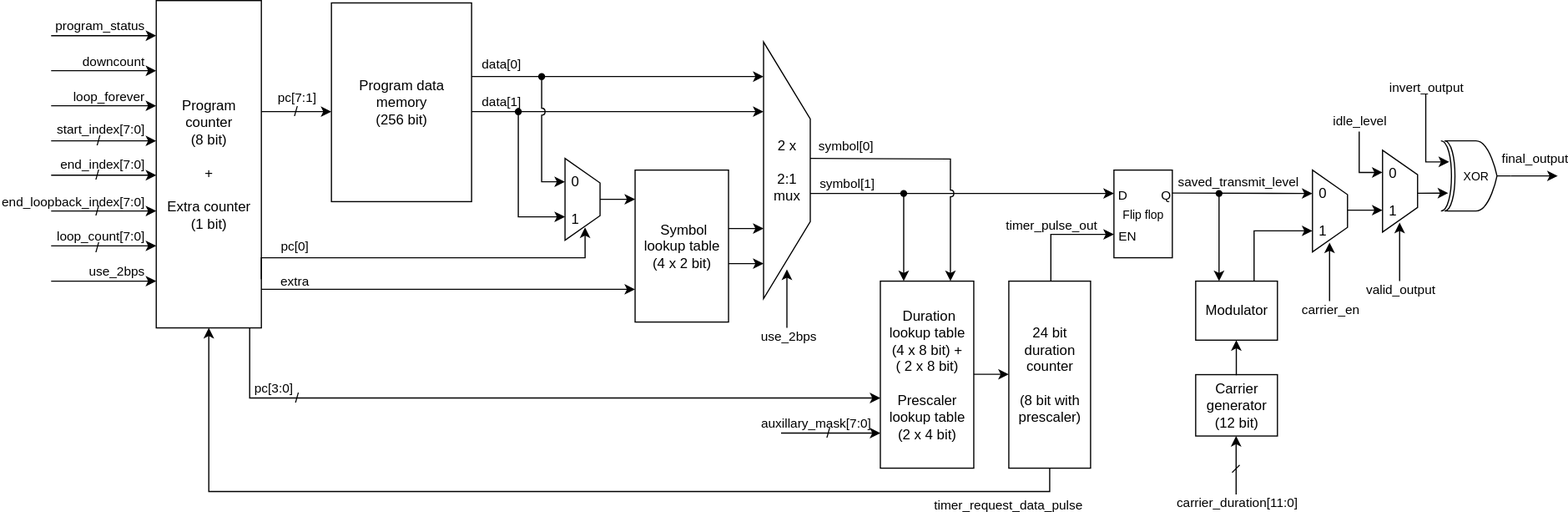
This is docs/11_pulse_transmitter_architecture.drawio.svg from HX2003/tinyqv-pulse-transmitter, a draw.io export, as it was before one commit. Source tidied: cells renumbered, new cells last; positions are measured from the earlier drawing's top-left corner, leaving out a move shared by most shapes.
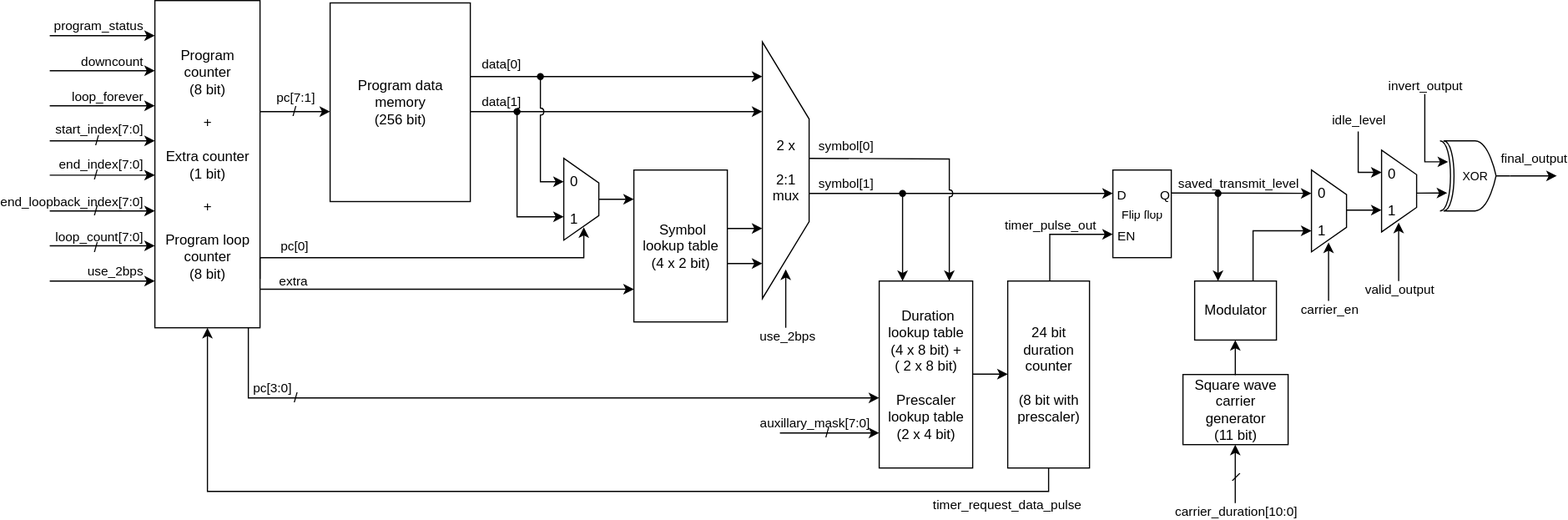
The same file after the commit.

Diff of the diagram source:
```diff
@@ -13,7 +13,7 @@
         <mxPoint x="34" y="-8" as="offset" />
       </mxGeometry>
     </mxCell>
-    <mxCell id="4" value="Program counter&lt;br&gt;(8 bit)&lt;br&gt;&lt;br&gt;+&lt;div&gt;&lt;br&gt;&lt;/div&gt;&lt;div&gt;Extra counter&lt;/div&gt;&lt;div&gt;&lt;span style=&quot;background-color: transparent; color: light-dark(rgb(0, 0, 0), rgb(255, 255, 255));&quot;&gt;(1 bit)&lt;/span&gt;&lt;/div&gt;" style="rounded=0;whiteSpace=wrap;html=1;fillColor=none;" parent="1" vertex="1">
+    <mxCell id="4" value="Program counter&lt;br&gt;(8 bit)&lt;br&gt;&lt;br&gt;+&lt;div&gt;&lt;br&gt;&lt;/div&gt;&lt;div&gt;Extra counter&lt;/div&gt;&lt;div&gt;&lt;span style=&quot;background-color: transparent; color: light-dark(rgb(0, 0, 0), rgb(255, 255, 255));&quot;&gt;(1 bit)&lt;/span&gt;&lt;/div&gt;&lt;div&gt;&lt;span style=&quot;background-color: transparent; color: light-dark(rgb(0, 0, 0), rgb(255, 255, 255));&quot;&gt;&lt;br&gt;&lt;/span&gt;&lt;/div&gt;&lt;div&gt;&lt;span style=&quot;background-color: transparent; color: light-dark(rgb(0, 0, 0), rgb(255, 255, 255));&quot;&gt;+&lt;/span&gt;&lt;/div&gt;&lt;div&gt;&lt;span style=&quot;background-color: transparent; color: light-dark(rgb(0, 0, 0), rgb(255, 255, 255));&quot;&gt;&lt;br&gt;&lt;/span&gt;&lt;/div&gt;&lt;div&gt;&lt;span style=&quot;background-color: transparent; color: light-dark(rgb(0, 0, 0), rgb(255, 255, 255));&quot;&gt;Program loop counter&lt;/span&gt;&lt;/div&gt;&lt;div&gt;&lt;span style=&quot;background-color: transparent; color: light-dark(rgb(0, 0, 0), rgb(255, 255, 255));&quot;&gt;(8 bit)&lt;/span&gt;&lt;/div&gt;" style="rounded=0;whiteSpace=wrap;html=1;fillColor=none;" parent="1" vertex="1">
       <mxGeometry x="90" width="90" height="280" as="geometry" />
     </mxCell>
     <mxCell id="5" style="rounded=0;orthogonalLoop=1;jettySize=auto;html=1;endArrow=none;endFill=0;startArrow=classic;startFill=1;" parent="1" edge="1">
@@ -351,8 +351,8 @@
     <mxCell id="71" value="Modulator" style="rounded=0;whiteSpace=wrap;html=1;fillColor=none;" parent="1" vertex="1">
       <mxGeometry x="980" y="240" width="70" height="50.5" as="geometry" />
     </mxCell>
-    <mxCell id="72" value="Carrier generator&lt;div&gt;(12 bit)&lt;/div&gt;" style="rounded=0;whiteSpace=wrap;html=1;fillColor=none;" parent="1" vertex="1">
-      <mxGeometry x="980" y="320" width="70" height="52.5" as="geometry" />
+    <mxCell id="72" value="Square wave carrier generator&lt;div&gt;(11 bit)&lt;/div&gt;" style="rounded=0;whiteSpace=wrap;html=1;fillColor=none;" parent="1" vertex="1">
+      <mxGeometry x="970" y="320" width="90" height="60" as="geometry" />
     </mxCell>
     <mxCell id="73" style="rounded=0;orthogonalLoop=1;jettySize=auto;html=1;jumpStyle=arc;" parent="1" edge="1">
       <mxGeometry relative="1" as="geometry">
@@ -412,11 +412,11 @@
     </mxCell>
     <mxCell id="84" style="edgeStyle=none;rounded=0;orthogonalLoop=1;jettySize=auto;html=1;" parent="1" edge="1">
       <mxGeometry relative="1" as="geometry">
-        <mxPoint x="1014.6" y="422.5" as="sourcePoint" />
-        <mxPoint x="1014.6" y="372.5" as="targetPoint" />
+        <mxPoint x="1014.8" y="430" as="sourcePoint" />
+        <mxPoint x="1014.8" y="380" as="targetPoint" />
       </mxGeometry>
     </mxCell>
-    <mxCell id="85" value="carrier_duration[11:0]" style="edgeLabel;html=1;align=center;verticalAlign=middle;labelBackgroundColor=none;" parent="84" vertex="1">
+    <mxCell id="85" value="carrier_duration[10:0]" style="edgeLabel;html=1;align=center;verticalAlign=middle;labelBackgroundColor=none;" parent="84" vertex="1">
       <mxGeometry x="0.17" y="-1" relative="1" as="geometry">
         <mxPoint x="-1" y="35" as="offset" />
       </mxGeometry>
@@ -448,7 +448,7 @@
       <mxGeometry x="660" y="362" width="11.1" height="15" as="geometry" />
     </mxCell>
     <mxCell id="93" value="/" style="text;html=1;align=center;verticalAlign=middle;whiteSpace=wrap;rounded=0;rotation=30;" parent="1" vertex="1">
-      <mxGeometry x="1009.4" y="393" width="11.1" height="15" as="geometry" />
+      <mxGeometry x="1010" y="400" width="11.1" height="15" as="geometry" />
     </mxCell>
     <mxCell id="94" style="group;" parent="1" vertex="1">
       <mxGeometry x="1140" y="128" width="30" height="112" as="geometry" />
```
